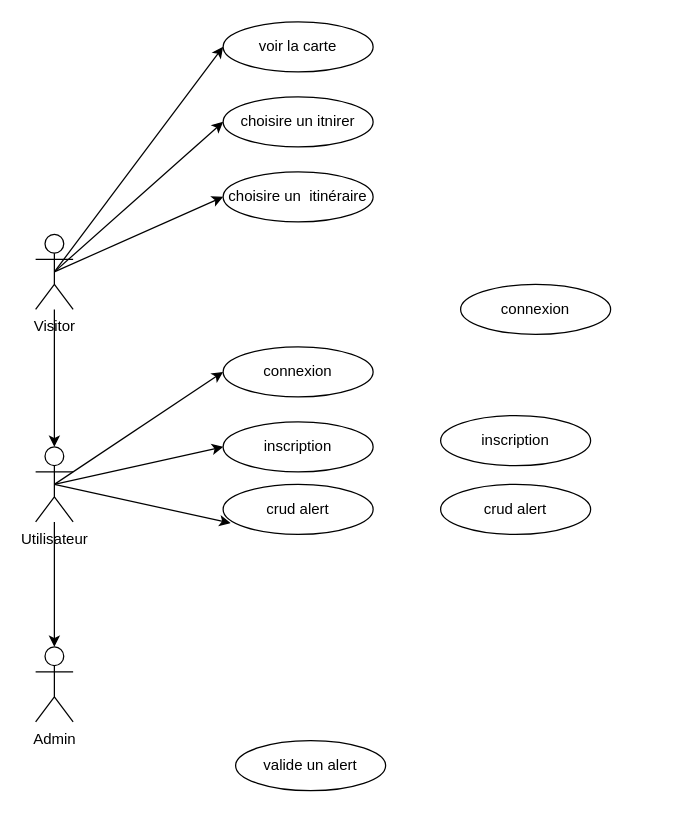
Earlier version of the draw.io diagram Documentation/Diagramma senza titolo.drawio (hamza-bely/4proj). Source tidied: cells renumbered, new cells numbered last; positions are measured from the earlier drawing's top-left corner, leaving out a move shared by most shapes. Both pictures are drawn from the tidied source at 125%, with x=0, y=0 at pixel (35, 21).
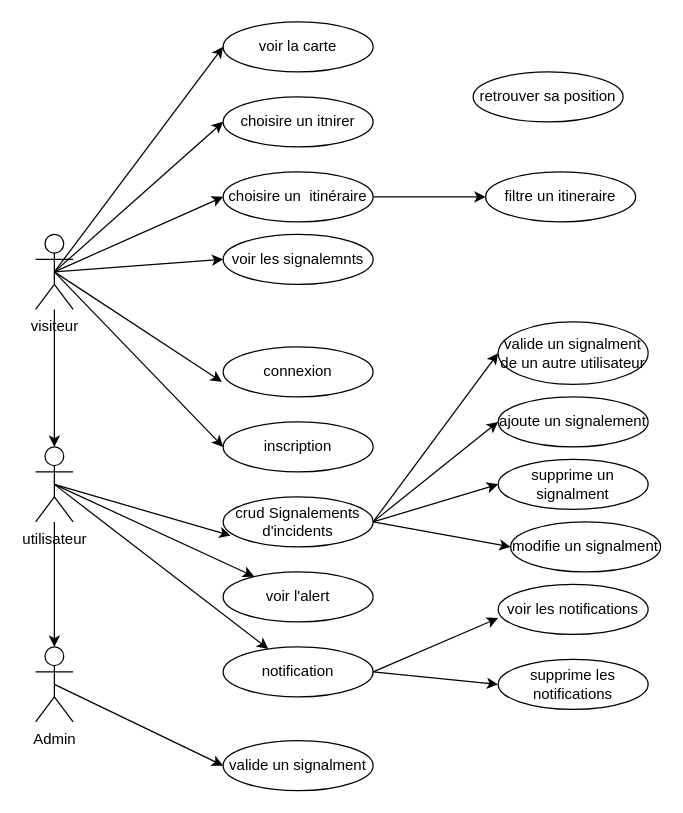
The same page after the edit.

The change refers to these unchanged cells:
```xml
<mxCell id="10" value="Admin" style="shape=umlActor;verticalLabelPosition=bottom;verticalAlign=top;html=1;outlineConnect=0;" parent="1" vertex="1">
  <mxGeometry y="500" width="30" height="60" as="geometry" />
</mxCell>
<mxCell id="13" value="choisire un&amp;nbsp;&amp;nbsp;itinéraire" style="ellipse;whiteSpace=wrap;html=1;" parent="1" vertex="1">
  <mxGeometry x="150" y="120" width="120" height="40" as="geometry" />
</mxCell>
<mxCell id="15" value="inscription" style="ellipse;whiteSpace=wrap;html=1;" parent="1" vertex="1">
  <mxGeometry x="150" y="320" width="120" height="40" as="geometry" />
</mxCell>
<mxCell id="17" value="connexion" style="ellipse;whiteSpace=wrap;html=1;" parent="1" vertex="1">
  <mxGeometry x="150" y="260" width="120" height="40" as="geometry" />
</mxCell>
```

The edit, as a diff of the source:
```diff
@@
+    <mxCell id="23" style="edgeStyle=none;rounded=0;jettySize=auto;html=1;exitX=0.5;exitY=0.5;exitDx=0;exitDy=0;exitPerimeter=0;entryX=0;entryY=0.5;entryDx=0;entryDy=0;" parent="1" edge="1" source="6" target="39">
+      <mxGeometry relative="1" as="geometry" />
+    </mxCell>
+    <mxCell id="24" style="edgeStyle=none;rounded=0;jettySize=auto;html=1;exitX=0.5;exitY=0.5;exitDx=0;exitDy=0;exitPerimeter=0;entryX=0;entryY=0.5;entryDx=0;entryDy=0;" parent="1" edge="1" source="6" target="15">
+      <mxGeometry relative="1" as="geometry" />
+    </mxCell>
-    <mxCell id="6" value="Visitor" style="shape=umlActor;verticalLabelPosition=bottom;verticalAlign=top;html=1;outlineConnect=0;" parent="1" vertex="1">
+    <mxCell id="6" value="visiteur" style="shape=umlActor;verticalLabelPosition=bottom;verticalAlign=top;html=1;outlineConnect=0;" parent="1" vertex="1">
       <mxGeometry y="170" width="30" height="60" as="geometry" />
     </mxCell>
-    <mxCell id="7" style="edgeStyle=none;rounded=0;jettySize=auto;html=1;exitX=0.5;exitY=0.5;exitDx=0;exitDy=0;exitPerimeter=0;entryX=0;entryY=0.5;entryDx=0;entryDy=0;" parent="1" edge="1" source="9" target="17">
-      <mxGeometry relative="1" as="geometry" />
-    </mxCell>
-    <mxCell id="8" style="edgeStyle=none;rounded=0;jettySize=auto;html=1;exitX=0.5;exitY=0.5;exitDx=0;exitDy=0;exitPerimeter=0;entryX=0;entryY=0.5;entryDx=0;entryDy=0;" parent="1" edge="1" source="9" target="15">
-      <mxGeometry relative="1" as="geometry" />
-    </mxCell>
+    <mxCell id="25" style="edgeStyle=none;rounded=0;jettySize=auto;html=1;exitX=0.5;exitY=0.5;exitDx=0;exitDy=0;exitPerimeter=0;" parent="1" edge="1" source="9" target="33">
+      <mxGeometry relative="1" as="geometry" />
+    </mxCell>
+    <mxCell id="26" style="edgeStyle=none;rounded=0;jettySize=auto;html=1;exitX=0.5;exitY=0.5;exitDx=0;exitDy=0;exitPerimeter=0;" parent="1" edge="1" source="9" target="35">
+      <mxGeometry relative="1" as="geometry" />
+    </mxCell>
-    <mxCell id="9" value="Utilisateur" style="shape=umlActor;verticalLabelPosition=bottom;verticalAlign=top;html=1;outlineConnect=0;" parent="1" vertex="1">
+    <mxCell id="9" value="utilisateur" style="shape=umlActor;verticalLabelPosition=bottom;verticalAlign=top;html=1;outlineConnect=0;" parent="1" vertex="1">
       <mxGeometry y="340" width="30" height="60" as="geometry" />
     </mxCell>
+    <mxCell id="27" style="edgeStyle=none;rounded=0;jettySize=auto;html=1;exitX=0.5;exitY=0.5;exitDx=0;exitDy=0;exitPerimeter=0;entryX=0;entryY=0.5;entryDx=0;entryDy=0;" parent="1" edge="1" source="10" target="16">
+      <mxGeometry relative="1" as="geometry" />
+    </mxCell>
@@
+    <mxCell id="28" style="edgeStyle=none;rounded=0;jettySize=auto;html=1;exitX=1;exitY=0.5;exitDx=0;exitDy=0;entryX=0;entryY=0.5;entryDx=0;entryDy=0;" parent="1" edge="1" source="13" target="42">
+      <mxGeometry relative="1" as="geometry" />
+    </mxCell>
@@
-    <mxCell id="16" value="valide un alert" style="ellipse;whiteSpace=wrap;html=1;" parent="1" vertex="1">
-      <mxGeometry x="160" y="575" width="120" height="40" as="geometry" />
+    <mxCell id="16" value="valide un signalment" style="ellipse;whiteSpace=wrap;html=1;" parent="1" vertex="1">
+      <mxGeometry x="150" y="575" width="120" height="40" as="geometry" />
     </mxCell>
@@
+    <mxCell id="29" style="edgeStyle=none;rounded=0;jettySize=auto;html=1;exitX=1;exitY=0.5;exitDx=0;exitDy=0;entryX=0;entryY=0.5;entryDx=0;entryDy=0;" parent="1" edge="1" source="18" target="20">
+      <mxGeometry relative="1" as="geometry" />
+    </mxCell>
+    <mxCell id="30" style="edgeStyle=none;rounded=0;jettySize=auto;html=1;exitX=1;exitY=0.5;exitDx=0;exitDy=0;entryX=0;entryY=0.5;entryDx=0;entryDy=0;" parent="1" edge="1" source="18" target="19">
+      <mxGeometry relative="1" as="geometry" />
+    </mxCell>
+    <mxCell id="31" style="edgeStyle=none;rounded=0;jettySize=auto;html=1;exitX=1;exitY=0.5;exitDx=0;exitDy=0;entryX=0;entryY=0.5;entryDx=0;entryDy=0;" parent="1" edge="1" source="18" target="21">
+      <mxGeometry relative="1" as="geometry" />
+    </mxCell>
+    <mxCell id="32" style="edgeStyle=none;rounded=0;jettySize=auto;html=1;exitX=1;exitY=0.5;exitDx=0;exitDy=0;entryX=0;entryY=0.5;entryDx=0;entryDy=0;" parent="1" edge="1" source="18" target="40">
+      <mxGeometry relative="1" as="geometry" />
+    </mxCell>
-    <mxCell id="18" value="crud alert" style="ellipse;whiteSpace=wrap;html=1;" parent="1" vertex="1">
-      <mxGeometry x="150" y="370" width="120" height="40" as="geometry" />
+    <mxCell id="18" value="&lt;font style=&quot;font-size: 12px;&quot; face=&quot;Helvetica&quot;&gt;crud&amp;nbsp;Signalements d'incidents&lt;/font&gt;" style="ellipse;whiteSpace=wrap;html=1;" parent="1" vertex="1">
+      <mxGeometry x="150" y="380" width="120" height="40" as="geometry" />
     </mxCell>
-    <mxCell id="19" value="inscription" style="ellipse;whiteSpace=wrap;html=1;" parent="1" vertex="1">
-      <mxGeometry x="324" y="315" width="120" height="40" as="geometry" />
+    <mxCell id="19" value="supprime un signalment" style="ellipse;whiteSpace=wrap;html=1;" parent="1" vertex="1">
+      <mxGeometry x="370" y="350" width="120" height="40" as="geometry" />
     </mxCell>
-    <mxCell id="20" value="connexion" style="ellipse;whiteSpace=wrap;html=1;" parent="1" vertex="1">
-      <mxGeometry x="340" y="210" width="120" height="40" as="geometry" />
+    <mxCell id="20" value="ajoute un signalement" style="ellipse;whiteSpace=wrap;html=1;" parent="1" vertex="1">
+      <mxGeometry x="370" y="300" width="120" height="40" as="geometry" />
     </mxCell>
-    <mxCell id="21" value="crud alert" style="ellipse;whiteSpace=wrap;html=1;" parent="1" vertex="1">
-      <mxGeometry x="324" y="370" width="120" height="40" as="geometry" />
+    <mxCell id="21" value="modifie un signalment" style="ellipse;whiteSpace=wrap;html=1;" parent="1" vertex="1">
+      <mxGeometry x="380" y="400" width="120" height="40" as="geometry" />
     </mxCell>
@@
+    <mxCell id="33" value="&lt;font style=&quot;font-size: 12px;&quot; face=&quot;Helvetica&quot;&gt;voir l'alert&lt;/font&gt;" style="ellipse;whiteSpace=wrap;html=1;" parent="1" vertex="1">
+      <mxGeometry x="150" y="440" width="120" height="40" as="geometry" />
+    </mxCell>
+    <mxCell id="34" style="edgeStyle=none;rounded=0;jettySize=auto;html=1;exitX=1;exitY=0.5;exitDx=0;exitDy=0;entryX=0;entryY=0.5;entryDx=0;entryDy=0;" parent="1" edge="1" source="35" target="37">
+      <mxGeometry relative="1" as="geometry" />
+    </mxCell>
+    <mxCell id="35" value="notification" style="ellipse;whiteSpace=wrap;html=1;" parent="1" vertex="1">
+      <mxGeometry x="150" y="500" width="120" height="40" as="geometry" />
+    </mxCell>
+    <mxCell id="36" value="voir les notifications" style="ellipse;whiteSpace=wrap;html=1;" parent="1" vertex="1">
+      <mxGeometry x="370" y="450" width="120" height="40" as="geometry" />
+    </mxCell>
+    <mxCell id="37" value="supprime les notifications" style="ellipse;whiteSpace=wrap;html=1;" parent="1" vertex="1">
+      <mxGeometry x="370" y="510" width="120" height="40" as="geometry" />
+    </mxCell>
+    <mxCell id="38" style="edgeStyle=none;rounded=0;jettySize=auto;html=1;exitX=1;exitY=0.5;exitDx=0;exitDy=0;entryX=0;entryY=0.675;entryDx=0;entryDy=0;entryPerimeter=0;" parent="1" edge="1" source="35" target="36">
+      <mxGeometry relative="1" as="geometry" />
+    </mxCell>
+    <mxCell id="39" value="voir les signalemnts" style="ellipse;whiteSpace=wrap;html=1;" parent="1" vertex="1">
+      <mxGeometry x="150" y="170" width="120" height="40" as="geometry" />
+    </mxCell>
+    <mxCell id="40" value="valide un signalment de un autre utilisateur" style="ellipse;whiteSpace=wrap;html=1;" parent="1" vertex="1">
+      <mxGeometry x="370" y="240" width="120" height="50" as="geometry" />
+    </mxCell>
+    <mxCell id="41" style="edgeStyle=none;rounded=0;jettySize=auto;html=1;exitX=0.5;exitY=0.5;exitDx=0;exitDy=0;exitPerimeter=0;entryX=-0.008;entryY=0.7;entryDx=0;entryDy=0;entryPerimeter=0;" parent="1" edge="1" source="6" target="17">
+      <mxGeometry relative="1" as="geometry" />
+    </mxCell>
+    <mxCell id="42" value="filtre un itineraire" style="ellipse;whiteSpace=wrap;html=1;" parent="1" vertex="1">
+      <mxGeometry x="360" y="120" width="120" height="40" as="geometry" />
+    </mxCell>
+    <mxCell id="43" value="retrouver sa position" style="ellipse;whiteSpace=wrap;html=1;" parent="1" vertex="1">
+      <mxGeometry x="350" y="40" width="120" height="40" as="geometry" />
+    </mxCell>
```
